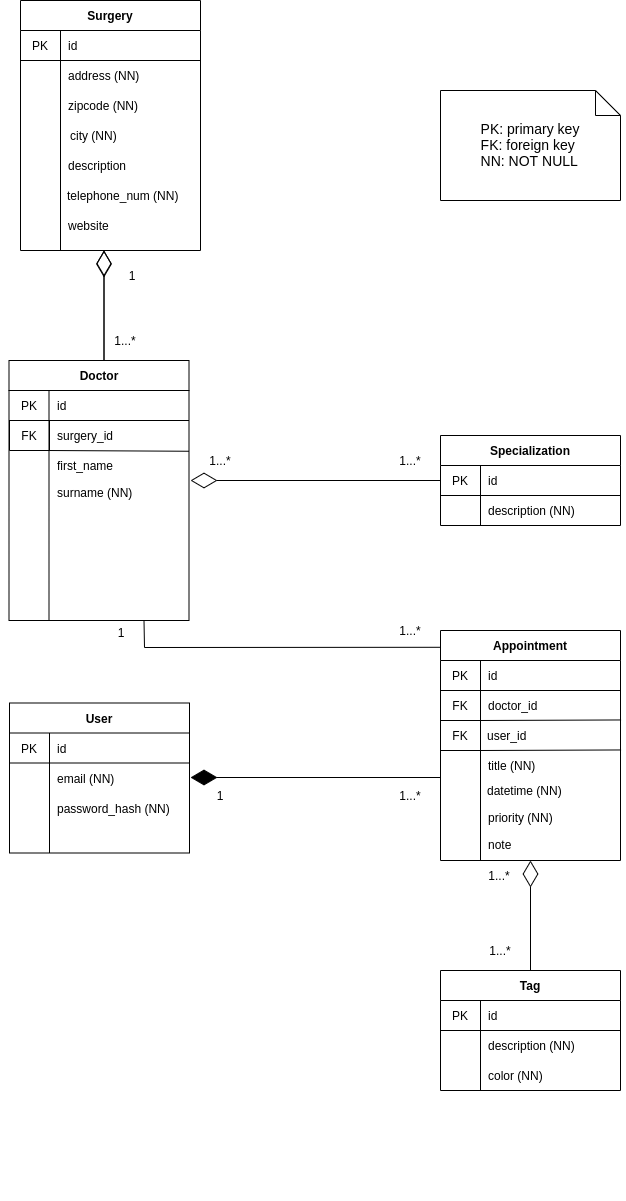
Above: sys-doc/documents/LaTeX/architecture/figures/concepts.png in cyberlytics/MedPlanner (draw.io), before the change. Source tidied: cells renumbered, new cells last; positions are measured from the earlier drawing's top-left corner, leaving out a move shared by most shapes.
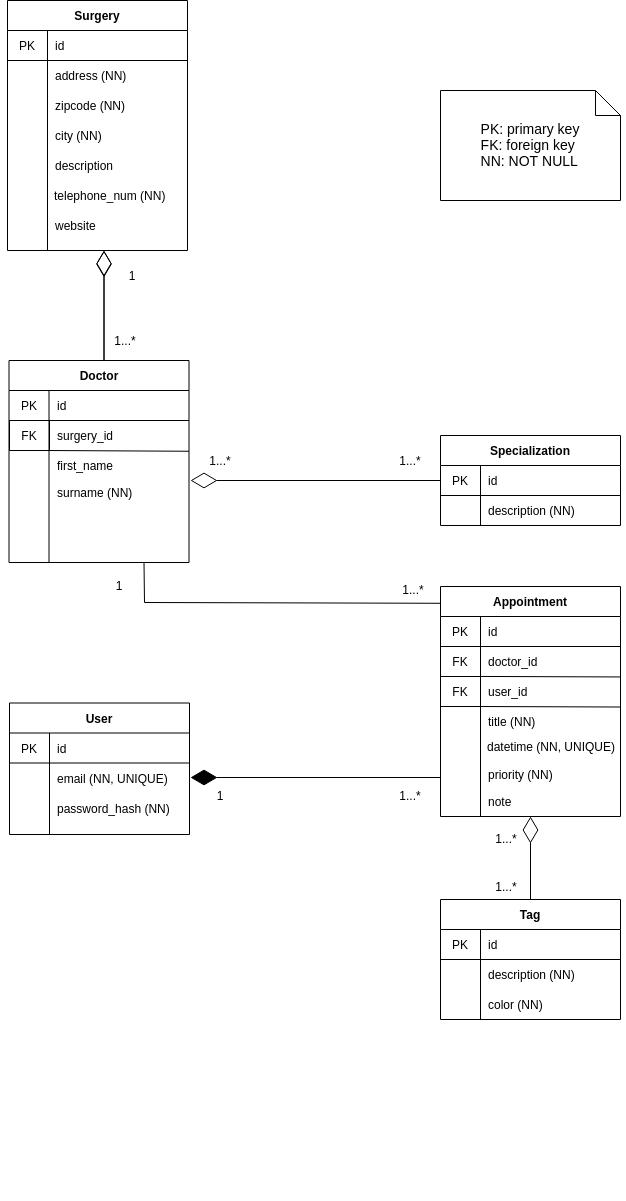
The same file after the commit.

Change to the diagram source:
```diff
@@ -36,16 +36,16 @@
       <mxGeometry x="200" y="785" width="40" height="20" as="geometry" />
     </mxCell>
     <mxCell id="11" value="1...*" style="text;html=1;strokeColor=none;fillColor=none;align=center;verticalAlign=middle;whiteSpace=wrap;rounded=0;" parent="1" vertex="1">
-      <mxGeometry x="479" y="865" width="40" height="20" as="geometry" />
+      <mxGeometry x="486" y="828" width="40" height="20" as="geometry" />
     </mxCell>
     <mxCell id="12" value="1...*" style="text;html=1;strokeColor=none;fillColor=none;align=center;verticalAlign=middle;whiteSpace=wrap;rounded=0;" parent="1" vertex="1">
-      <mxGeometry x="480" y="940" width="40" height="20" as="geometry" />
+      <mxGeometry x="486" y="876" width="40" height="20" as="geometry" />
     </mxCell>
     <mxCell id="13" style="shape=partialRectangle;html=1;whiteSpace=wrap;fillColor=none;top=0;left=0;bottom=0;right=0;overflow=hidden;" parent="1" vertex="1">
       <mxGeometry y="1170" width="31" height="30" as="geometry" />
     </mxCell>
     <mxCell id="14" value="Surgery" style="shape=table;html=1;whiteSpace=wrap;startSize=30;rowLines=0;fontStyle=1;align=center;" parent="1" vertex="1">
-      <mxGeometry x="20" width="180" height="250" as="geometry" />
+      <mxGeometry x="7" width="180" height="250" as="geometry" />
     </mxCell>
     <mxCell id="15" style="shape=partialRectangle;html=1;whiteSpace=wrap;fillColor=none;top=0;left=0;bottom=1;right=0;" parent="14" vertex="1">
       <mxGeometry y="30" width="180" height="30" as="geometry" />
@@ -75,16 +75,16 @@
       <mxGeometry x="40" width="140" height="30" as="geometry" />
     </mxCell>
     <mxCell id="24" value="description" style="shape=partialRectangle;html=1;whiteSpace=wrap;fillColor=none;top=0;left=0;bottom=0;right=0;align=left;spacingLeft=6;overflow=hidden;" parent="1" vertex="1">
-      <mxGeometry x="60" y="150" width="140" height="30" as="geometry" />
+      <mxGeometry x="47" y="150" width="140" height="30" as="geometry" />
     </mxCell>
     <mxCell id="25" value="telephone_num (NN)" style="shape=partialRectangle;html=1;whiteSpace=wrap;fillColor=none;top=0;left=0;bottom=0;right=0;align=left;spacingLeft=6;overflow=hidden;" parent="1" vertex="1">
-      <mxGeometry x="58.5" y="180" width="140" height="30" as="geometry" />
+      <mxGeometry x="45.5" y="180" width="140" height="30" as="geometry" />
     </mxCell>
     <mxCell id="26" value="website" style="shape=partialRectangle;html=1;whiteSpace=wrap;fillColor=none;top=0;left=0;bottom=0;right=0;align=left;spacingLeft=6;overflow=hidden;" parent="1" vertex="1">
-      <mxGeometry x="60" y="210" width="140" height="30" as="geometry" />
+      <mxGeometry x="47" y="210" width="140" height="30" as="geometry" />
     </mxCell>
     <mxCell id="27" value="Doctor" style="shape=table;html=1;whiteSpace=wrap;startSize=30;rowLines=0;fontStyle=1;align=center;" parent="1" vertex="1">
-      <mxGeometry x="8.5" y="360" width="180" height="260" as="geometry" />
+      <mxGeometry x="8.5" y="360" width="180" height="202" as="geometry" />
     </mxCell>
     <mxCell id="28" style="shape=partialRectangle;html=1;whiteSpace=wrap;fillColor=none;top=0;left=0;bottom=1;right=0;" parent="27" vertex="1">
       <mxGeometry y="30" width="180" height="30" as="geometry" />
@@ -152,7 +152,7 @@
       </mxGeometry>
     </mxCell>
     <mxCell id="48" value="User" style="shape=table;html=1;whiteSpace=wrap;startSize=30;rowLines=0;fontStyle=1;align=center;" parent="1" vertex="1">
-      <mxGeometry x="9" y="702.5" width="180" height="150" as="geometry" />
+      <mxGeometry x="9" y="702.5" width="180" height="131.5" as="geometry" />
     </mxCell>
     <mxCell id="49" style="shape=partialRectangle;html=1;whiteSpace=wrap;fillColor=none;top=0;left=0;bottom=1;right=0;" parent="48" vertex="1">
       <mxGeometry y="30" width="180" height="30" as="geometry" />
@@ -169,7 +169,7 @@
     <mxCell id="53" style="shape=partialRectangle;html=1;whiteSpace=wrap;fillColor=none;top=0;left=0;bottom=0;right=0;overflow=hidden;" parent="52" vertex="1">
       <mxGeometry width="40" height="30" as="geometry" />
     </mxCell>
-    <mxCell id="54" value="email (NN)" style="shape=partialRectangle;html=1;whiteSpace=wrap;fillColor=none;top=0;left=0;bottom=0;right=0;align=left;spacingLeft=6;overflow=hidden;" parent="52" vertex="1">
+    <mxCell id="54" value="email (NN, UNIQUE)" style="shape=partialRectangle;html=1;whiteSpace=wrap;fillColor=none;top=0;left=0;bottom=0;right=0;align=left;spacingLeft=6;overflow=hidden;" parent="52" vertex="1">
       <mxGeometry x="40" width="140" height="30" as="geometry" />
     </mxCell>
     <mxCell id="55" style="shape=partialRectangle;html=1;whiteSpace=wrap;fillColor=none;top=0;left=0;bottom=0;right=0;" parent="48" vertex="1">
@@ -182,7 +182,7 @@
       <mxGeometry x="40" width="140" height="30" as="geometry" />
     </mxCell>
     <mxCell id="58" value="Appointment" style="shape=table;html=1;whiteSpace=wrap;startSize=30;rowLines=0;fontStyle=1;align=center;" parent="1" vertex="1">
-      <mxGeometry x="440" y="630" width="180" height="230" as="geometry" />
+      <mxGeometry x="440" y="586" width="180" height="230" as="geometry" />
     </mxCell>
     <mxCell id="59" style="shape=partialRectangle;html=1;whiteSpace=wrap;fillColor=none;top=0;left=0;bottom=1;right=0;" parent="58" vertex="1">
       <mxGeometry y="30" width="180" height="30" as="geometry" />
@@ -202,31 +202,31 @@
     <mxCell id="64" value="doctor_id" style="shape=partialRectangle;html=1;whiteSpace=wrap;fillColor=none;top=0;left=0;bottom=0;right=0;align=left;spacingLeft=6;overflow=hidden;" parent="62" vertex="1">
       <mxGeometry x="40" width="140" height="30" as="geometry" />
     </mxCell>
+    <mxCell id="66" style="endArrow=none;html=1;entryX=1.003;entryY=0.982;entryDx=0;entryDy=0;entryPerimeter=0;exitX=0.218;exitY=0.998;exitDx=0;exitDy=0;exitPerimeter=0;" parent="58" edge="1" source="62">
+      <mxGeometry relative="1" as="geometry">
+        <mxPoint x="180.5" y="90.5" as="targetPoint" />
+      </mxGeometry>
+    </mxCell>
     <mxCell id="65" value="FK" style="shape=partialRectangle;html=1;whiteSpace=wrap;fillColor=none;top=1;left=1;bottom=1;right=1;overflow=hidden;" parent="1" vertex="1">
-      <mxGeometry x="440" y="690" width="40" height="30" as="geometry" />
+      <mxGeometry x="440" y="646" width="40" height="30" as="geometry" />
     </mxCell>
-    <mxCell id="66" style="endArrow=none;html=1;exitX=0.215;exitY=-0.025;exitDx=0;exitDy=0;exitPerimeter=0;entryX=1.003;entryY=0.982;entryDx=0;entryDy=0;entryPerimeter=0;" parent="1" edge="1" target="62">
-      <mxGeometry relative="1" as="geometry">
-        <mxPoint x="480" y="720" as="sourcePoint" />
-      </mxGeometry>
-    </mxCell>
     <mxCell id="67" value="priority (NN)" style="shape=partialRectangle;html=1;whiteSpace=wrap;fillColor=none;top=0;left=0;bottom=0;right=0;align=left;spacingLeft=6;overflow=hidden;" parent="1" vertex="1">
-      <mxGeometry x="480" y="802" width="140" height="30" as="geometry" />
+      <mxGeometry x="480" y="759" width="140" height="30" as="geometry" />
     </mxCell>
     <mxCell id="68" value="FK" style="shape=partialRectangle;html=1;whiteSpace=wrap;fillColor=none;top=1;left=1;bottom=1;right=1;overflow=hidden;" parent="1" vertex="1">
-      <mxGeometry x="440" y="720" width="40" height="30" as="geometry" />
+      <mxGeometry x="440" y="676" width="40" height="30" as="geometry" />
     </mxCell>
     <mxCell id="69" value="user_id" style="shape=partialRectangle;html=1;whiteSpace=wrap;fillColor=none;top=0;left=0;bottom=0;right=0;align=left;spacingLeft=6;overflow=hidden;" parent="1" vertex="1">
-      <mxGeometry x="479" y="720" width="140" height="30" as="geometry" />
+      <mxGeometry x="480" y="676" width="140" height="30" as="geometry" />
     </mxCell>
-    <mxCell id="70" value="datetime (NN)" style="shape=partialRectangle;html=1;whiteSpace=wrap;fillColor=none;top=0;left=0;bottom=0;right=0;align=left;spacingLeft=6;overflow=hidden;" parent="1" vertex="1">
-      <mxGeometry x="479" y="775" width="140" height="30" as="geometry" />
+    <mxCell id="70" value="datetime (NN, UNIQUE)" style="shape=partialRectangle;html=1;whiteSpace=wrap;fillColor=none;top=0;left=0;bottom=0;right=0;align=left;spacingLeft=6;overflow=hidden;" parent="1" vertex="1">
+      <mxGeometry x="479" y="731" width="140" height="30" as="geometry" />
     </mxCell>
     <mxCell id="71" value="note" style="shape=partialRectangle;html=1;whiteSpace=wrap;fillColor=none;top=0;left=0;bottom=0;right=0;align=left;spacingLeft=6;overflow=hidden;" parent="1" vertex="1">
-      <mxGeometry x="480" y="829" width="140" height="30" as="geometry" />
+      <mxGeometry x="480" y="786" width="140" height="30" as="geometry" />
     </mxCell>
     <mxCell id="72" value="Tag" style="shape=table;html=1;whiteSpace=wrap;startSize=30;rowLines=0;fontStyle=1;align=center;" parent="1" vertex="1">
-      <mxGeometry x="440" y="970" width="180" height="120" as="geometry" />
+      <mxGeometry x="440" y="899" width="180" height="120" as="geometry" />
     </mxCell>
     <mxCell id="73" style="shape=partialRectangle;html=1;whiteSpace=wrap;fillColor=none;top=0;left=0;bottom=1;right=0;" parent="72" vertex="1">
       <mxGeometry y="30" width="180" height="30" as="geometry" />
@@ -265,32 +265,32 @@
       <mxGeometry x="48.5" y="420" width="140" height="30" as="geometry" />
     </mxCell>
     <mxCell id="84" value="title (NN)" style="shape=partialRectangle;html=1;whiteSpace=wrap;fillColor=none;top=0;left=0;bottom=0;right=0;align=left;spacingLeft=6;overflow=hidden;" parent="1" vertex="1">
-      <mxGeometry x="480" y="750" width="140" height="30" as="geometry" />
+      <mxGeometry x="480" y="706" width="140" height="30" as="geometry" />
     </mxCell>
-    <mxCell id="85" style="endArrow=none;html=1;exitX=0.215;exitY=-0.025;exitDx=0;exitDy=0;exitPerimeter=0;entryX=1.003;entryY=0.982;entryDx=0;entryDy=0;entryPerimeter=0;" parent="1" edge="1">
-      <mxGeometry relative="1" as="geometry">
-        <mxPoint x="480" y="750" as="sourcePoint" />
-        <mxPoint x="620.5" y="749.5" as="targetPoint" />
-      </mxGeometry>
-    </mxCell>
     <mxCell id="86" value="city (NN)" style="shape=partialRectangle;html=1;whiteSpace=wrap;fillColor=none;top=0;left=0;bottom=0;right=0;align=left;spacingLeft=6;overflow=hidden;" parent="1" vertex="1">
-      <mxGeometry x="61.5" y="120" width="140" height="30" as="geometry" />
+      <mxGeometry x="46.5" y="120" width="140" height="30" as="geometry" />
     </mxCell>
     <mxCell id="87" style="endArrow=none;html=1;entryX=0.002;entryY=0.073;entryDx=0;entryDy=0;entryPerimeter=0;exitX=0.75;exitY=1;exitDx=0;exitDy=0;rounded=0;" parent="1" edge="1" source="27" target="58">
       <mxGeometry relative="1" as="geometry">
         <Array as="points">
-          <mxPoint x="144" y="647" />
+          <mxPoint x="144" y="602" />
         </Array>
       </mxGeometry>
     </mxCell>
     <mxCell id="88" value="1...*" style="text;html=1;strokeColor=none;fillColor=none;align=center;verticalAlign=middle;whiteSpace=wrap;rounded=0;" parent="1" vertex="1">
-      <mxGeometry x="390" y="620" width="40" height="20" as="geometry" />
+      <mxGeometry x="393" y="579" width="40" height="20" as="geometry" />
     </mxCell>
     <mxCell id="89" value="&lt;font style=&quot;font-size: 14px&quot;&gt;PK: primary key&lt;br&gt;&lt;div style=&quot;text-align: left&quot;&gt;&lt;span&gt;FK: foreign key&lt;/span&gt;&lt;/div&gt;&lt;div style=&quot;text-align: left&quot;&gt;&lt;span&gt;NN: NOT NULL&lt;/span&gt;&lt;/div&gt;&lt;/font&gt;" style="shape=note2;boundedLbl=1;whiteSpace=wrap;html=1;size=25;verticalAlign=top;align=center;" parent="1" vertex="1">
       <mxGeometry x="440" y="90" width="180" height="110" as="geometry" />
     </mxCell>
     <mxCell id="90" value="1" style="text;html=1;strokeColor=none;fillColor=none;align=center;verticalAlign=middle;whiteSpace=wrap;rounded=0;" parent="1" vertex="1">
-      <mxGeometry x="101" y="622" width="40" height="20" as="geometry" />
+      <mxGeometry x="98.5" y="575" width="40" height="20" as="geometry" />
     </mxCell>
+    <mxCell id="91" style="endArrow=none;html=1;entryX=1.003;entryY=0.982;entryDx=0;entryDy=0;entryPerimeter=0;exitX=0.218;exitY=0.998;exitDx=0;exitDy=0;exitPerimeter=0;" parent="1" edge="1">
+      <mxGeometry relative="1" as="geometry">
+        <mxPoint x="479" y="706" as="sourcePoint" />
+        <mxPoint x="620.3" y="706.5" as="targetPoint" />
+      </mxGeometry>
+    </mxCell>
   </root>
 </mxGraphModel>
```
